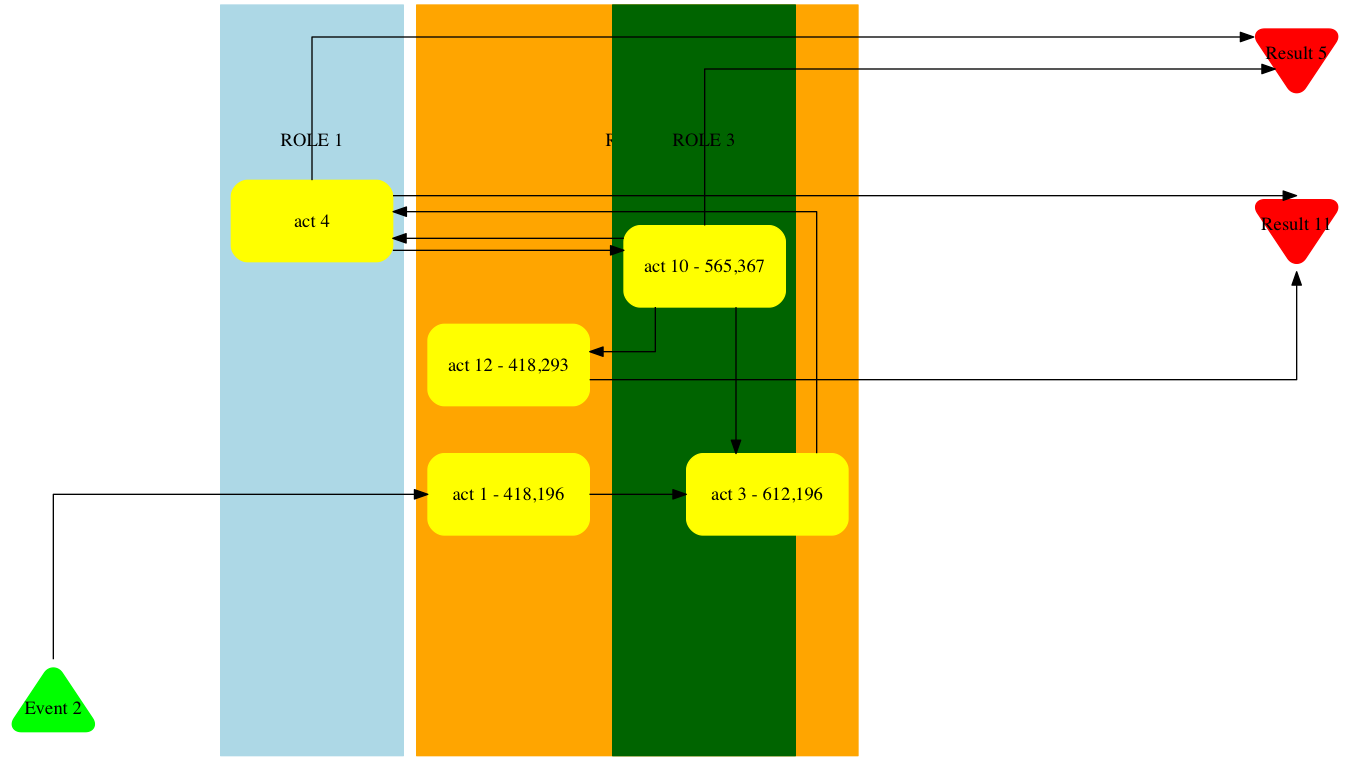
Above: output.png in ggojard/swimy (Graphviz), before the change. Its source is kept beside it as output.dot.
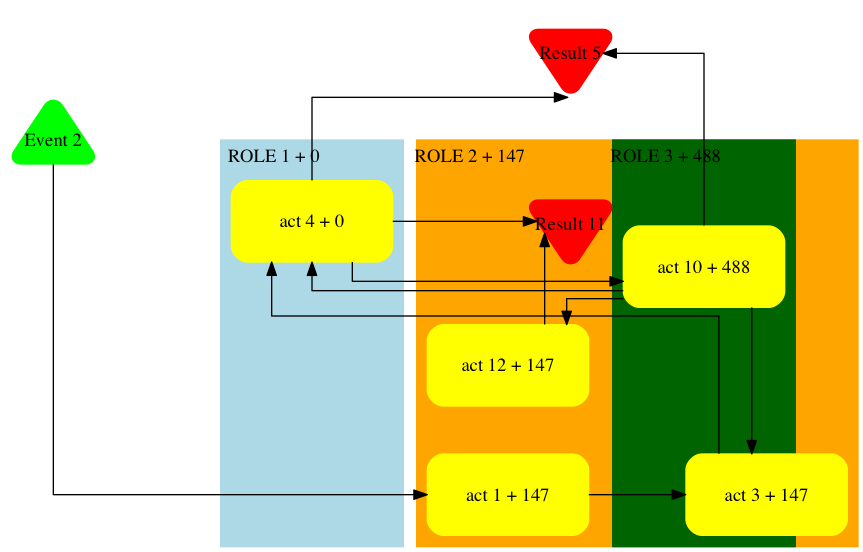
Later version of the same file.

Change to the diagram source:
```diff
@@ -1,122 +1,129 @@
 digraph diagram24 {
-	graph [bb="0,0,1073,370",
-		llx_previous=672,
-		maxy_graph=370,
-		new_graph_width=1073,
+	graph [bb="40.5,157,680,563",
 		nodesep=0.5,
 		overlap=scalexy,
 		rankdir=LR,
 		sep=1,
-		splines=ortho,
-		urx=762,
-		urx_previous=809
+		splines=ortho
 	];
 	node [fontsize=14.0,
 		label="\N"
 	];
+	subgraph cluster_8 {
+		graph [bb="202,157,339,462",
+			color=lightblue,
+			label="ROLE 1 + 0",
+			lheight=0.19,
+			lp="232,450",
+			lwidth=0.96,
+			style=filled
+		];
+		4		 [color=yellow,
+			fixedsize=true,
+			height=0.84722,
+			label="act 4 + 0",
+			pos="270.5,401",
+			shape=box,
+			style="rounded,filled",
+			width=1.6806];
+	}
 	subgraph cluster_7 {
-		graph [bb="137,0,468.000,370.000",
+		graph [bb="349,157,680,462",
 			color=orange,
-			label="ROLE 2",
+			label="ROLE 2 + 147",
 			lheight=0.19,
-			lp="302.5,335.000",
-			lwidth=0.65,
+			lp="379,450",
+			lwidth=1.15,
 			style=filled
 		];
 		1		 [color=yellow,
 			fixedsize=true,
 			height=0.84722,
-			label="act 1",
-			pos="205.5,144",
+			label="act 1 + 147",
+			pos="417.5,196",
 			shape=box,
 			style="rounded,filled",
 			width=1.6806];
 		3		 [color=yellow,
 			fixedsize=true,
 			height=0.84722,
-			label="act 3",
-			pos="399.5,141",
+			label="act 3 + 147",
+			pos="611.5,196",
 			shape=box,
 			style="rounded,filled",
 			width=1.6806];
-		1 -> 3		 [minlen=2.0];
+		1 -> 3		 [minlen=2.0,
+			pos="e,550.71,196 478.08,196 478.08,196 540.71,196 540.71,196"];
 		12		 [color=yellow,
 			fixedsize=true,
 			height=0.84722,
-			label="act 12",
-			pos="205.5,47",
-			shape=box,
-			style="rounded,filled",
-			width=1.6806];
-	}
-	subgraph cluster_8 {
-		graph [bb="672,0,809.000,370.000",
-			color=lightblue,
-			label="ROLE 1",
-			lheight=0.19,
-			lp="740.5,335.000",
-			lwidth=0.65,
-			style=filled
-		];
-		4		 [color=yellow,
-			fixedsize=true,
-			height=0.84722,
-			label="act 4740.5,274",
-			pos="740.5,274",
+			label="act 12 + 147",
+			pos="417.5,293",
 			shape=box,
 			style="rounded,filled",
 			width=1.6806];
 	}
 	subgraph cluster_9 {
-		graph [bb="625,0,762.000,370.000",
+		graph [bb="496,157,633,462",
 			color=darkgreen,
-			label="ROLE 3",
+			label="ROLE 3 + 488",
 			lheight=0.19,
-			lp="693.5,335.000",
-			lwidth=0.65,
+			lp="526,450",
+			lwidth=1.15,
 			style=filled
 		];
 		10		 [color=yellow,
 			fixedsize=true,
 			height=0.84722,
-			label="act 10693.5,252",
-			pos="693.5,252",
+			label="act 10 + 488",
+			pos="564.5,367",
 			shape=box,
 			style="rounded,filled",
 			width=1.6806];
 	}
-	3 -> 4	 [minlen=2.0];
+	4 -> 10	 [minlen=2.0,
+		pos="e,503.99,356 300.75,370.49 300.75,362.46 300.75,356 300.75,356 300.75,356 493.99,356 493.99,356"];
+	5	 [color=red,
+		fixedsize=true,
+		height=1,
+		label="Result 5",
+		pos="464.5,527",
+		shape=invtriangle,
+		style="rounded,filled",
+		width=1];
+	4 -> 5	 [minlen=2.0,
+		pos="e,462.32,494 270.5,431.71 270.5,458.8 270.5,494 270.5,494 270.5,494 452.32,494 452.32,494"];
 	11	 [color=red,
 		fixedsize=true,
 		height=1,
 		label="Result 11",
-		pos="569,159",
+		pos="464.5,399",
 		shape=invtriangle,
 		style="rounded,filled",
 		width=1];
-	12 -> 11	 [minlen=2.0];
-	4 -> 10	 [minlen=2.0];
-	4 -> 11	 [minlen=2.0];
-	5	 [color=red,
-		fixedsize=true,
-		height=1,
-		label="Result 5",
-		pos="569,334",
-		shape=invtriangle,
-		style="rounded,filled",
-		width=1];
-	4 -> 5	 [minlen=2.0];
-	10 -> 3	 [minlen=2.0];
-	10 -> 12	 [minlen=2.0];
-	10 -> 4	 [minlen=2.0];
-	10 -> 5	 [minlen=2.0];
+	4 -> 11	 [minlen=2.0,
+		pos="e,439.07,401 331.08,401 331.08,401 429.07,401 429.07,401"];
+	3 -> 4	 [minlen=2.0,
+		pos="e,240.25,370.48 575.67,226.74 575.67,266.3 575.67,330 575.67,330 575.67,330 240.25,330 240.25,330 240.25,330 240.25,360.48 240.25,\
+360.48"];
+	12 -> 11	 [minlen=2.0,
+		pos="e,445,392.06 445,323.66 445,323.66 445,382.06 445,382.06"];
+	10 -> 4	 [minlen=2.0,
+		pos="e,270.5,370.45 503.94,349 417.87,349 270.5,349 270.5,349 270.5,349 270.5,360.45 270.5,360.45"];
+	10 -> 3	 [minlen=2.0,
+		pos="e,600.33,226.59 600.33,336.43 600.33,336.43 600.33,236.59 600.33,236.59"];
+	10 -> 12	 [minlen=2.0,
+		pos="e,461.5,323.53 503.99,343 481.57,343 461.5,343 461.5,343 461.5,343 461.5,333.53 461.5,333.53"];
+	10 -> 5	 [minlen=2.0,
+		pos="e,488.71,527 564.5,397.85 564.5,444.34 564.5,527 564.5,527 564.5,527 498.71,527 498.71,527"];
 	2	 [color=green,
 		fixedsize=true,
 		height=1,
 		label="Event 2",
-		pos="36,144",
+		pos="76.5,462",
 		shape=triangle,
 		style="rounded,filled",
 		width=1];
-	2 -> 1	 [minlen=2.0];
+	2 -> 1	 [minlen=2.0,
+		pos="e,356.93,196 76.5,443.72 76.5,383.62 76.5,196 76.5,196 76.5,196 346.93,196 346.93,196"];
 }
```
